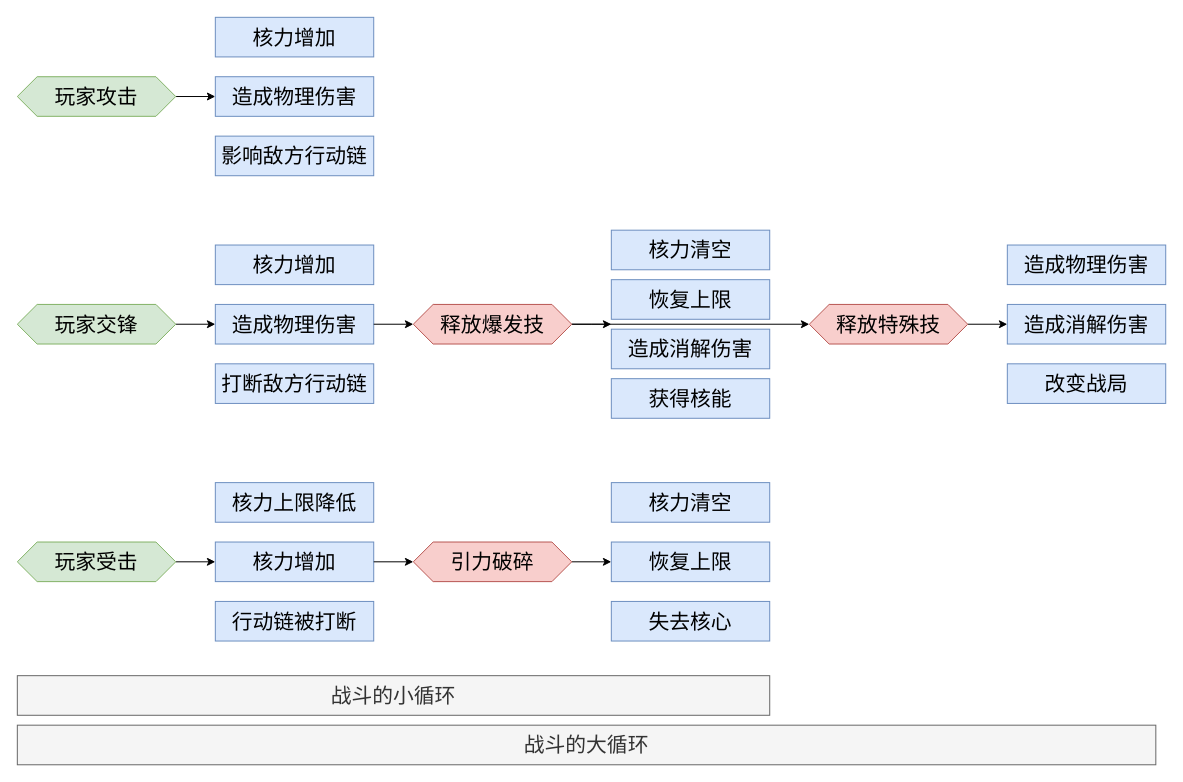
The draw.io diagram 米哈游笔试2/示意图.drawio in Samtsirhc/miHoYoTest, before the edit. Source tidied: cells renumbered, new cells numbered last; positions are measured from the earlier drawing's top-left corner, leaving out a move shared by most shapes. Both pictures are drawn from the tidied source at 99%, with x=0, y=0 at pixel (17, 17).
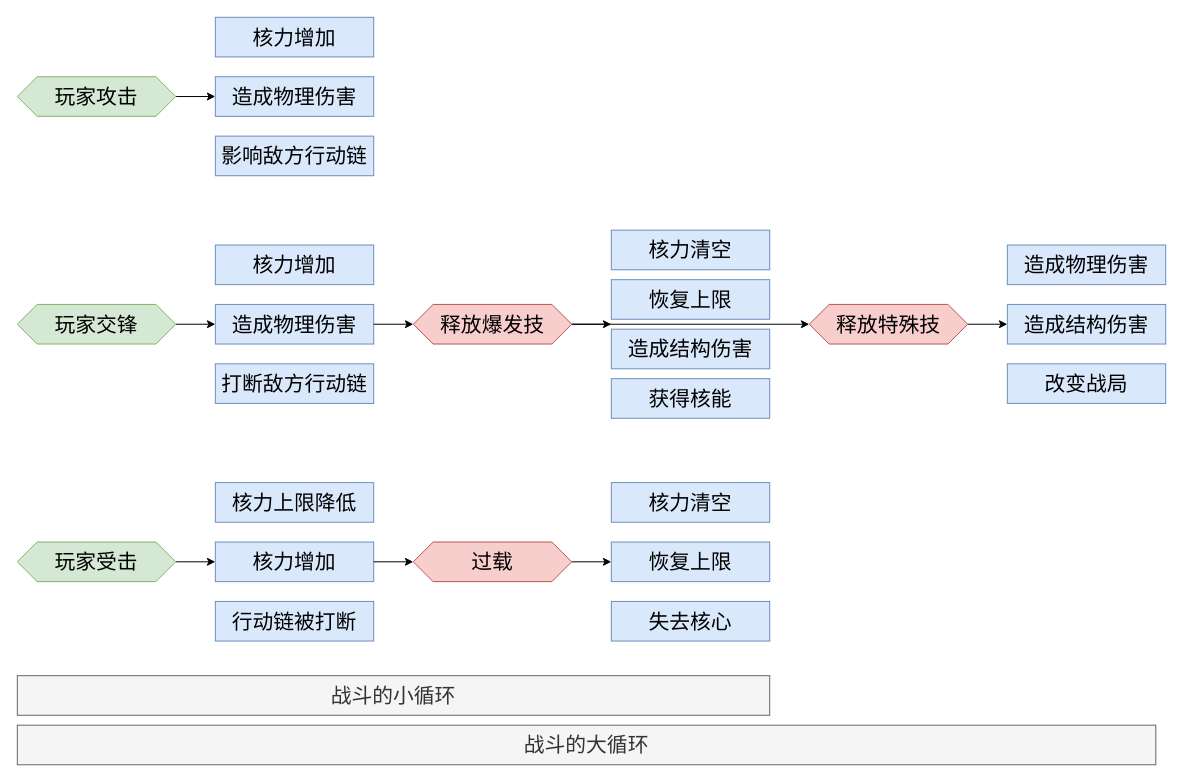
The same diagram, later.

The change refers to these unchanged cells:
```xml
<mxCell id="9" style="group;" parent="1" vertex="1">
  <mxGeometry x="600" y="215" width="160" height="190" as="geometry" />
</mxCell>
<mxCell id="40" style="group;" parent="1" vertex="1">
  <mxGeometry x="1000" y="230" width="160" height="160" as="geometry" />
</mxCell>
```

The edit, as a diff of the source:
```diff
@@
-    <mxCell id="12" value="造成消解伤害" style="rounded=0;whiteSpace=wrap;html=1;fillColor=#dae8fc;strokeColor=#6c8ebf;fontSize=21;" parent="9" vertex="1">
+    <mxCell id="12" value="造成结构伤害" style="rounded=0;whiteSpace=wrap;html=1;fillColor=#dae8fc;strokeColor=#6c8ebf;fontSize=21;" parent="9" vertex="1">
       <mxGeometry y="100" width="160" height="40" as="geometry" />
     </mxCell>
@@
-    <mxCell id="15" value="引力破碎" style="shape=hexagon;perimeter=hexagonPerimeter2;whiteSpace=wrap;html=1;fixedSize=1;rounded=0;fontSize=21;strokeColor=#b85450;fillColor=#f8cecc;" parent="1" vertex="1">
+    <mxCell id="15" value="过载" style="shape=hexagon;perimeter=hexagonPerimeter2;whiteSpace=wrap;html=1;fixedSize=1;rounded=0;fontSize=21;strokeColor=#b85450;fillColor=#f8cecc;" parent="1" vertex="1">
       <mxGeometry x="400" y="530" width="160" height="40" as="geometry" />
     </mxCell>
@@
-    <mxCell id="43" value="造成消解伤害" style="rounded=0;whiteSpace=wrap;html=1;fillColor=#dae8fc;strokeColor=#6c8ebf;fontSize=21;" parent="40" vertex="1">
+    <mxCell id="43" value="造成结构伤害" style="rounded=0;whiteSpace=wrap;html=1;fillColor=#dae8fc;strokeColor=#6c8ebf;fontSize=21;" parent="40" vertex="1">
       <mxGeometry y="60" width="160" height="40" as="geometry" />
     </mxCell>
```
